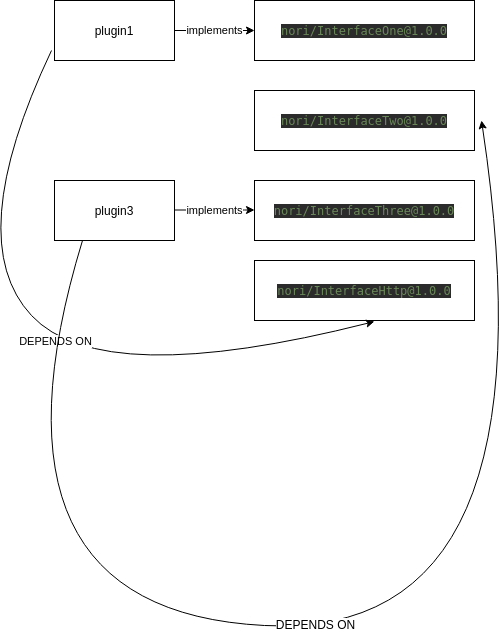
Above: internal/dependency/schemes/TestDependencyGraph_UnavailablePlugin.png in secure2work/nori (draw.io), before the change. Source tidied: cells renumbered, new cells last; positions are measured from the earlier drawing's top-left corner, leaving out a move shared by most shapes.
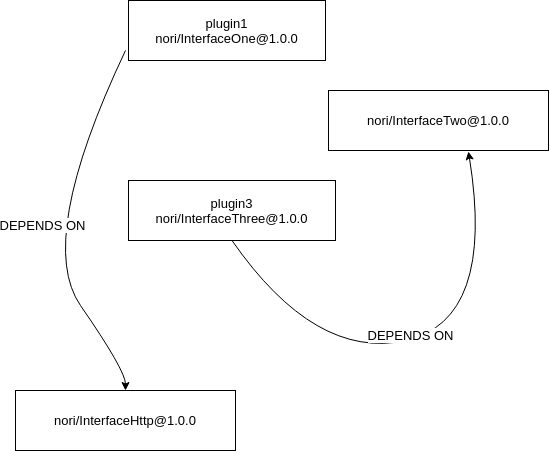
Later version of the same file.

Change to the diagram source:
```diff
@@ -2,59 +2,39 @@
   <root>
     <mxCell id="0" />
     <mxCell id="1" parent="0" />
-    <mxCell id="2" value="plugin1" style="rounded=0;whiteSpace=wrap;html=1;" parent="1" vertex="1">
-      <mxGeometry x="93" width="120" height="60" as="geometry" />
+    <mxCell id="2" value="plugin1&lt;br style=&quot;font-size: 13px;&quot;&gt;&lt;div style=&quot;font-size: 13px;&quot;&gt;&lt;span style=&quot;font-size: 13px;&quot;&gt;nori/InterfaceOne@1.0.0&lt;/span&gt;&lt;/div&gt;" style="rounded=0;whiteSpace=wrap;html=1;labelBackgroundColor=#ffffff;fontFamily=Helvetica;fontSize=13;fontColor=#000000;" parent="1" vertex="1">
+      <mxGeometry x="93" width="197" height="60" as="geometry" />
     </mxCell>
-    <mxCell id="3" value="plugin3" style="rounded=0;whiteSpace=wrap;html=1;" parent="1" vertex="1">
-      <mxGeometry x="93" y="180" width="120" height="60" as="geometry" />
+    <mxCell id="3" value="plugin3&lt;br style=&quot;font-size: 13px;&quot;&gt;&lt;div style=&quot;font-size: 13px;&quot;&gt;&lt;span style=&quot;font-size: 13px;&quot;&gt;nori/InterfaceThree@1.0.0&lt;/span&gt;&lt;/div&gt;" style="rounded=0;whiteSpace=wrap;html=1;labelBackgroundColor=#ffffff;fontFamily=Helvetica;fontSize=13;fontColor=#000000;" parent="1" vertex="1">
+      <mxGeometry x="93" y="180" width="207" height="60" as="geometry" />
     </mxCell>
-    <mxCell id="4" value="&lt;pre style=&quot;background-color: rgb(43 , 43 , 43) ; font-family: &amp;#34;dejavu sans mono&amp;#34; ; font-size: 9pt&quot;&gt;&lt;pre style=&quot;color: rgb(169 , 183 , 198) ; font-family: &amp;#34;dejavu sans mono&amp;#34; ; font-size: 9pt&quot;&gt;&lt;pre style=&quot;font-family: &amp;#34;dejavu sans mono&amp;#34; ; font-size: 9pt&quot;&gt;&lt;span style=&quot;color: #6a8759&quot;&gt;nori/InterfaceOne@1.0.0&lt;/span&gt;&lt;/pre&gt;&lt;/pre&gt;&lt;/pre&gt;" style="rounded=0;html=1;fontColor=#FFFFFF;whiteSpace=wrap;" parent="1" vertex="1">
-      <mxGeometry x="293" width="220" height="60" as="geometry" />
-    </mxCell>
-    <mxCell id="5" value="implements" style="endArrow=classic;html=1;exitX=1;exitY=0.5;exitDx=0;exitDy=0;entryX=0;entryY=0.5;entryDx=0;entryDy=0;" parent="1" edge="1" source="2" target="4">
-      <mxGeometry relative="1" as="geometry" />
-    </mxCell>
-    <mxCell id="6" value="Text" style="text;html=1;align=center;verticalAlign=middle;fontColor=#FFFFFF;" parent="1" vertex="1">
+    <mxCell id="6" value="Text" style="text;html=1;align=center;verticalAlign=middle;fontColor=#000000;labelBackgroundColor=#ffffff;fontFamily=Helvetica;fontSize=13;" parent="1" vertex="1">
       <mxGeometry x="326" y="130" width="40" height="20" as="geometry" />
     </mxCell>
-    <mxCell id="7" value="&lt;pre style=&quot;background-color: rgb(43 , 43 , 43) ; font-family: &amp;#34;dejavu sans mono&amp;#34; ; font-size: 9pt&quot;&gt;&lt;pre style=&quot;color: rgb(169 , 183 , 198) ; font-family: &amp;#34;dejavu sans mono&amp;#34; ; font-size: 9pt&quot;&gt;&lt;pre style=&quot;font-family: &amp;#34;dejavu sans mono&amp;#34; ; font-size: 9pt&quot;&gt;&lt;span style=&quot;color: #6a8759&quot;&gt;nori/InterfaceTwo@1.0.0&lt;/span&gt;&lt;/pre&gt;&lt;/pre&gt;&lt;/pre&gt;" style="rounded=0;html=1;fontColor=#FFFFFF;whiteSpace=wrap;" parent="1" vertex="1">
+    <mxCell id="7" value="&lt;div style=&quot;font-size: 13px;&quot;&gt;&lt;div style=&quot;font-size: 13px;&quot;&gt;&lt;div style=&quot;font-size: 13px;&quot;&gt;&lt;span style=&quot;font-size: 13px;&quot;&gt;nori/InterfaceTwo@1.0.0&lt;/span&gt;&lt;/div&gt;&lt;/div&gt;&lt;/div&gt;" style="rounded=0;html=1;fontColor=#000000;whiteSpace=wrap;labelBackgroundColor=#ffffff;fontFamily=Helvetica;fontSize=13;" parent="1" vertex="1">
       <mxGeometry x="293" y="90" width="220" height="60" as="geometry" />
     </mxCell>
-    <mxCell id="8" value="&lt;pre style=&quot;background-color: rgb(43 , 43 , 43) ; font-family: &amp;#34;dejavu sans mono&amp;#34; ; font-size: 9pt&quot;&gt;&lt;pre style=&quot;color: rgb(169 , 183 , 198) ; font-family: &amp;#34;dejavu sans mono&amp;#34; ; font-size: 9pt&quot;&gt;&lt;pre style=&quot;font-family: &amp;#34;dejavu sans mono&amp;#34; ; font-size: 9pt&quot;&gt;&lt;span style=&quot;color: #6a8759&quot;&gt;nori/InterfaceThree@1.0.0&lt;/span&gt;&lt;/pre&gt;&lt;/pre&gt;&lt;/pre&gt;" style="rounded=0;html=1;fontColor=#FFFFFF;whiteSpace=wrap;" parent="1" vertex="1">
-      <mxGeometry x="293" y="180" width="220" height="60" as="geometry" />
-    </mxCell>
-    <mxCell id="9" value="&lt;pre style=&quot;background-color: rgb(43 , 43 , 43) ; font-family: &amp;#34;dejavu sans mono&amp;#34; ; font-size: 9pt&quot;&gt;&lt;pre style=&quot;color: rgb(169 , 183 , 198) ; font-family: &amp;#34;dejavu sans mono&amp;#34; ; font-size: 9pt&quot;&gt;&lt;pre style=&quot;font-family: &amp;#34;dejavu sans mono&amp;#34; ; font-size: 9pt&quot;&gt;&lt;span style=&quot;color: #6a8759&quot;&gt;nori/InterfaceHttp@1.0.0&lt;/span&gt;&lt;/pre&gt;&lt;/pre&gt;&lt;/pre&gt;" style="rounded=0;html=1;fontColor=#FFFFFF;whiteSpace=wrap;" parent="1" vertex="1">
-      <mxGeometry x="293" y="260" width="220" height="60" as="geometry" />
+    <mxCell id="9" value="&lt;div style=&quot;font-size: 13px;&quot;&gt;&lt;div style=&quot;font-size: 13px;&quot;&gt;&lt;div style=&quot;font-size: 13px;&quot;&gt;&lt;span style=&quot;font-size: 13px;&quot;&gt;nori/InterfaceHttp@1.0.0&lt;/span&gt;&lt;/div&gt;&lt;/div&gt;&lt;/div&gt;" style="rounded=0;html=1;fontColor=#000000;whiteSpace=wrap;labelBackgroundColor=#ffffff;fontFamily=Helvetica;fontSize=13;" parent="1" vertex="1">
+      <mxGeometry x="-20" y="390" width="220" height="60" as="geometry" />
     </mxCell>
-    <mxCell id="10" value="implements" style="endArrow=classic;html=1;fontColor=#000000;exitX=1;exitY=0.5;exitDx=0;exitDy=0;entryX=0;entryY=0.5;entryDx=0;entryDy=0;" parent="1" edge="1">
-      <mxGeometry relative="1" as="geometry">
-        <mxPoint x="213" y="209.5" as="sourcePoint" />
-        <mxPoint x="293" y="209.5" as="targetPoint" />
-        <Array as="points">
-          <mxPoint x="293" y="209.5" />
-        </Array>
-      </mxGeometry>
-    </mxCell>
-    <mxCell id="11" value="DEPENDS ON" style="curved=1;endArrow=classic;html=1;fontColor=#000000;entryX=0.545;entryY=1.017;entryDx=0;entryDy=0;entryPerimeter=0;" parent="1" edge="1" target="9">
+    <mxCell id="11" value="DEPENDS ON" style="curved=1;endArrow=classic;html=1;fontColor=#000000;entryX=0.5;entryY=0;entryDx=0;entryDy=0;labelBackgroundColor=#ffffff;fontFamily=Helvetica;fontSize=13;" parent="1" edge="1" target="9">
       <mxGeometry relative="1" as="geometry">
         <mxPoint x="90" y="50" as="sourcePoint" />
         <Array as="points">
           <mxPoint y="240" />
-          <mxPoint x="140" y="390" />
+          <mxPoint x="90" y="370" />
         </Array>
       </mxGeometry>
     </mxCell>
-    <mxCell id="12" style="curved=1;endArrow=classic;html=1;fontColor=#000000;exitX=0;exitY=0.5;exitDx=0;exitDy=0;" parent="1" edge="1">
+    <mxCell id="12" style="curved=1;endArrow=classic;html=1;fontColor=#000000;exitX=0.5;exitY=1;exitDx=0;exitDy=0;labelBackgroundColor=#ffffff;fontFamily=Helvetica;fontSize=13;entryX=0.636;entryY=1.017;entryDx=0;entryDy=0;entryPerimeter=0;" parent="1" edge="1" source="3" target="7">
       <mxGeometry relative="1" as="geometry">
-        <mxPoint x="121" y="240" as="sourcePoint" />
-        <mxPoint x="520" y="120" as="targetPoint" />
         <Array as="points">
-          <mxPoint x="8" y="610" />
-          <mxPoint x="598" y="640" />
+          <mxPoint x="280" y="360" />
+          <mxPoint x="460" y="320" />
         </Array>
       </mxGeometry>
     </mxCell>
-    <mxCell id="13" value="DEPENDS ON" style="text;html=1;align=center;verticalAlign=middle;labelBackgroundColor=#ffffff;fontColor=#000000;" parent="12" vertex="1">
+    <mxCell id="13" value="DEPENDS ON" style="text;html=1;align=center;verticalAlign=middle;labelBackgroundColor=#ffffff;fontColor=#000000;fontFamily=Helvetica;fontSize=13;" parent="12" vertex="1">
       <mxGeometry x="-0.03" y="4" relative="1" as="geometry" />
     </mxCell>
   </root>
```
